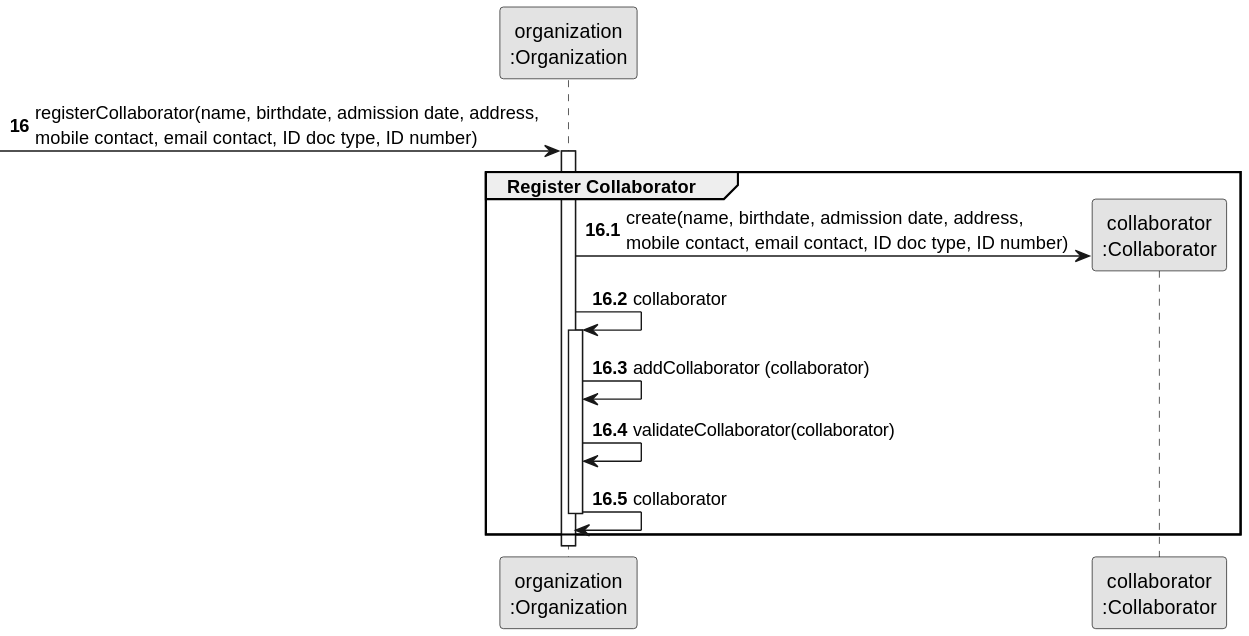
Before: docs/sprint2/us003/03.design/svg/us003-sequence-diagram-partial-register-collaborator.svg, a diagram exported from PlantUML (tiagosoa/lei-24-s2-1dgh-g073).
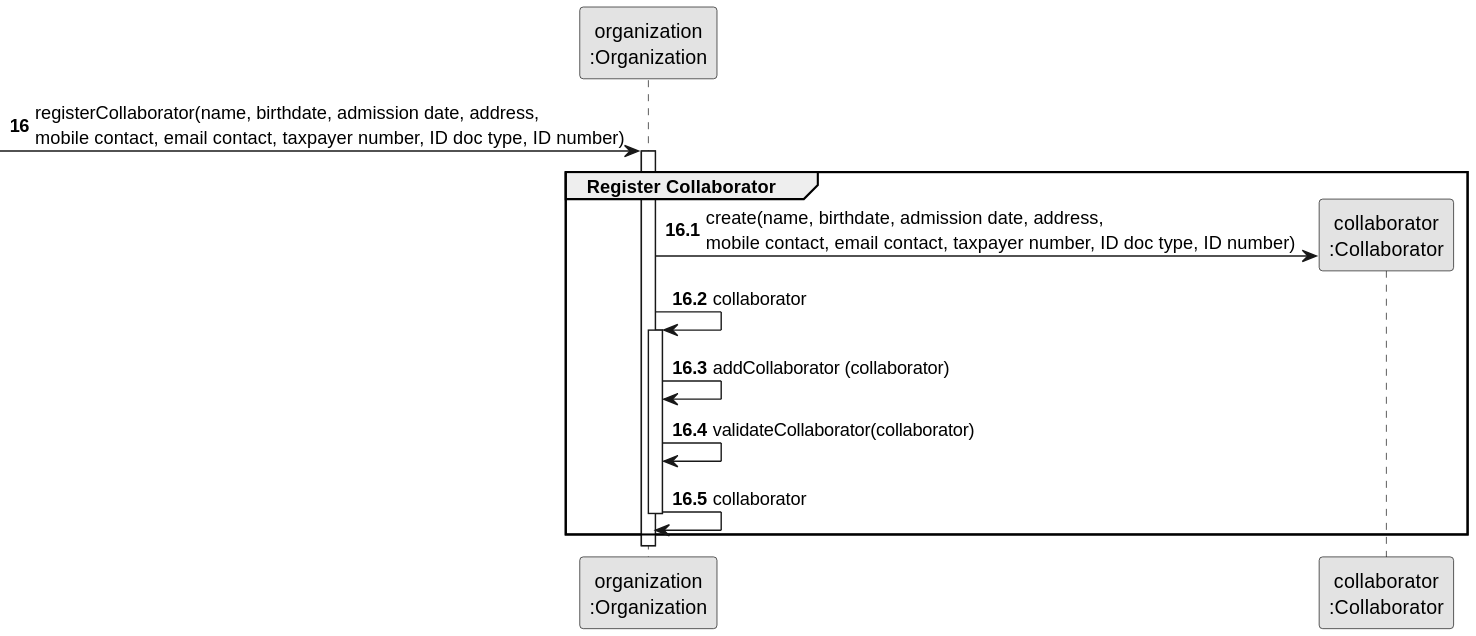
Later version of the same file.

Change to the diagram source:
```diff
@@ -7,13 +7,13 @@
 participant "collaborator\n:Collaborator" as COLABORADOR
 
 autonumber 16
--> ORG: registerCollaborator(name, birthdate, admission date, address, \nmobile contact, email contact, ID doc type, ID number)
+-> ORG: registerCollaborator(name, birthdate, admission date, address, \nmobile contact, email contact, taxpayer number, ID doc type, ID number)
 
 autonumber 16.1
 activate ORG
     group Register Collaborator
 
-        ORG -> COLABORADOR**: create(name, birthdate, admission date, address, \nmobile contact, email contact, ID doc type, ID number)
+        ORG -> COLABORADOR**: create(name, birthdate, admission date, address, \nmobile contact, email contact, taxpayer number, ID doc type, ID number)
         ORG -> ORG : collaborator
         activate ORG
         ORG -> ORG: addCollaborator (collaborator)
```
